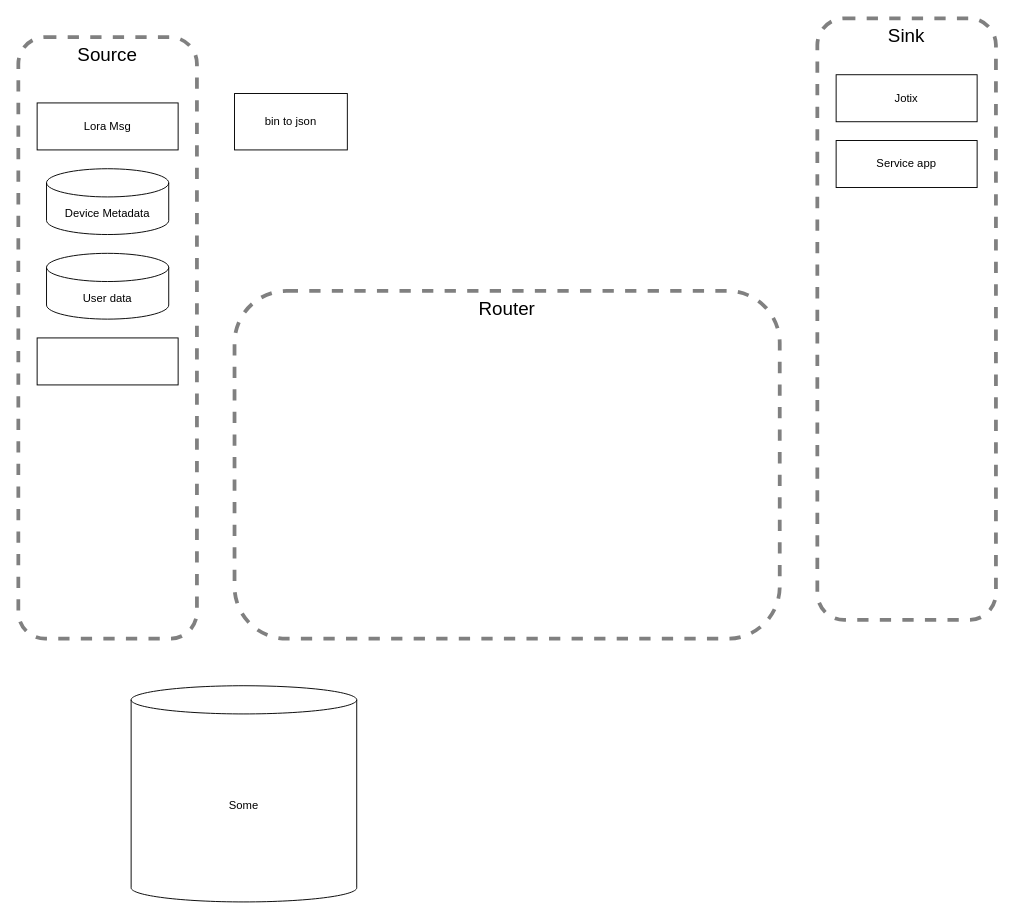
body0/Diagrams keeps this draw.io diagram as BACK_SCHEMA.drawio. Above is the earlier version. Source tidied: cells renumbered, new cells numbered last; positions are measured from the earlier drawing's top-left corner, leaving out a move shared by most shapes. Both pictures are drawn from the tidied source at 94%, with x=0, y=0 at pixel (18, 18).
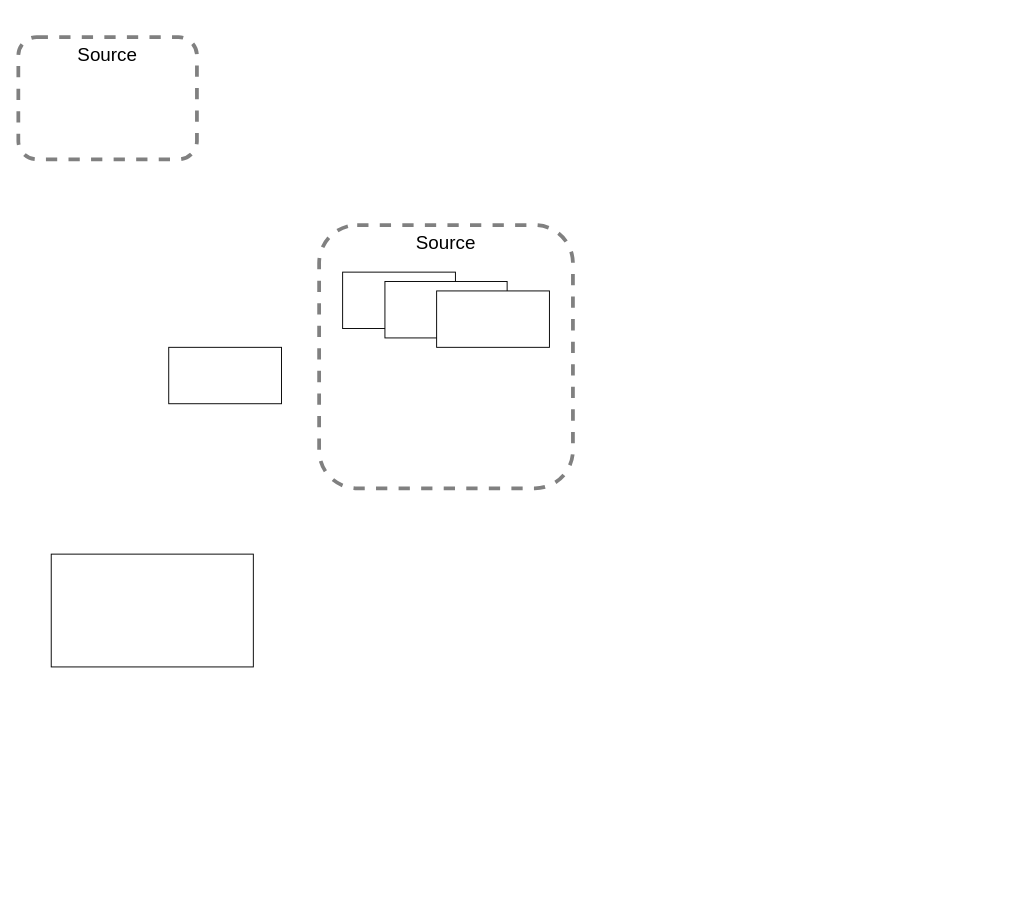
The same page after the edit.

The edit, as a diff of the source:
```diff
@@
 <mxGraphModel>
   <root>
     <mxCell id="0" />
     <mxCell id="1" parent="0" />
     <mxCell id="2" value="&lt;font style=&quot;font-size: 20px&quot;&gt;Source&lt;/font&gt;" style="rounded=1;whiteSpace=wrap;html=1;fillColor=none;dashed=1;strokeWidth=4;strokeColor=#808080;verticalAlign=top;" parent="1" vertex="1">
-      <mxGeometry y="20" width="190" height="640" as="geometry" />
+      <mxGeometry y="20" width="190" height="130" as="geometry" />
     </mxCell>
-    <mxCell id="3" value="Lora Msg" style="rounded=0;whiteSpace=wrap;html=1;strokeWidth=1;fillColor=none;" parent="1" vertex="1">
-      <mxGeometry x="20" y="90" width="150" height="50" as="geometry" />
-    </mxCell>
-    <mxCell id="4" value="Device Metadata" style="shape=cylinder3;whiteSpace=wrap;html=1;boundedLbl=1;backgroundOutline=1;size=15;strokeColor=#000000;strokeWidth=1;fillColor=none;" parent="1" vertex="1">
-      <mxGeometry x="30" y="160" width="130" height="70" as="geometry" />
-    </mxCell>
-    <mxCell id="5" value="User data" style="shape=cylinder3;whiteSpace=wrap;html=1;boundedLbl=1;backgroundOutline=1;size=15;strokeColor=#000000;strokeWidth=1;fillColor=none;" parent="1" vertex="1">
-      <mxGeometry x="30" y="250" width="130" height="70" as="geometry" />
-    </mxCell>
-    <mxCell id="6" style="rounded=0;whiteSpace=wrap;html=1;strokeWidth=1;fillColor=none;" parent="1" vertex="1">
-      <mxGeometry x="20" y="340" width="150" height="50" as="geometry" />
-    </mxCell>
-    <mxCell id="7" value="&lt;span style=&quot;font-size: 20px&quot;&gt;Sink&lt;/span&gt;" style="rounded=1;whiteSpace=wrap;html=1;fillColor=none;dashed=1;strokeWidth=4;strokeColor=#808080;verticalAlign=top;" parent="1" vertex="1">
-      <mxGeometry x="850" width="190" height="640" as="geometry" />
-    </mxCell>
-    <mxCell id="8" value="Jotix" style="rounded=0;whiteSpace=wrap;html=1;strokeWidth=1;fillColor=none;" parent="1" vertex="1">
-      <mxGeometry x="870" y="60" width="150" height="50" as="geometry" />
-    </mxCell>
-    <mxCell id="9" value="Service app" style="rounded=0;whiteSpace=wrap;html=1;strokeWidth=1;fillColor=none;" parent="1" vertex="1">
-      <mxGeometry x="870" y="130" width="150" height="50" as="geometry" />
-    </mxCell>
-    <mxCell id="10" value="&lt;span style=&quot;font-size: 20px&quot;&gt;Router&lt;/span&gt;" style="rounded=1;whiteSpace=wrap;html=1;fillColor=none;dashed=1;strokeWidth=4;strokeColor=#808080;verticalAlign=top;" parent="1" vertex="1">
-      <mxGeometry x="230" y="290" width="580" height="370" as="geometry" />
-    </mxCell>
-    <mxCell id="11" value="bin to json" style="rounded=0;whiteSpace=wrap;html=1;strokeColor=#000000;strokeWidth=1;fillColor=none;" parent="1" vertex="1">
-      <mxGeometry x="230" y="80" width="120" height="60" as="geometry" />
-    </mxCell>
-    <mxCell id="12" value="Some" style="shape=cylinder3;whiteSpace=wrap;html=1;boundedLbl=1;backgroundOutline=1;size=15;strokeColor=#000000;strokeWidth=1;fillColor=none;" parent="1" vertex="1">
-      <mxGeometry x="120" y="710" width="240" height="230" as="geometry" />
-    </mxCell>
+    <mxCell id="13" style="rounded=0;whiteSpace=wrap;html=1;" parent="1" vertex="1">
+      <mxGeometry x="35" y="570" width="215" height="120" as="geometry" />
+    </mxCell>
+    <mxCell id="14" style="rounded=0;whiteSpace=wrap;html=1;" parent="1" vertex="1">
+      <mxGeometry x="160" y="350" width="120" height="60" as="geometry" />
+    </mxCell>
+    <mxCell id="15" value="&lt;font style=&quot;font-size: 20px&quot;&gt;Source&lt;/font&gt;" style="rounded=1;whiteSpace=wrap;html=1;fillColor=none;dashed=1;strokeWidth=4;strokeColor=#808080;verticalAlign=top;" parent="1" vertex="1">
+      <mxGeometry x="320" y="220" width="270" height="280" as="geometry" />
+    </mxCell>
+    <mxCell id="16" style="rounded=0;whiteSpace=wrap;html=1;" parent="1" vertex="1">
+      <mxGeometry x="345" y="270" width="120" height="60" as="geometry" />
+    </mxCell>
+    <mxCell id="17" style="rounded=0;whiteSpace=wrap;html=1;" parent="1" vertex="1">
+      <mxGeometry x="390" y="280" width="130" height="60" as="geometry" />
+    </mxCell>
+    <mxCell id="18" style="rounded=0;whiteSpace=wrap;html=1;" parent="1" vertex="1">
+      <mxGeometry x="445" y="290" width="120" height="60" as="geometry" />
+    </mxCell>
   </root>
 </mxGraphModel>
```
